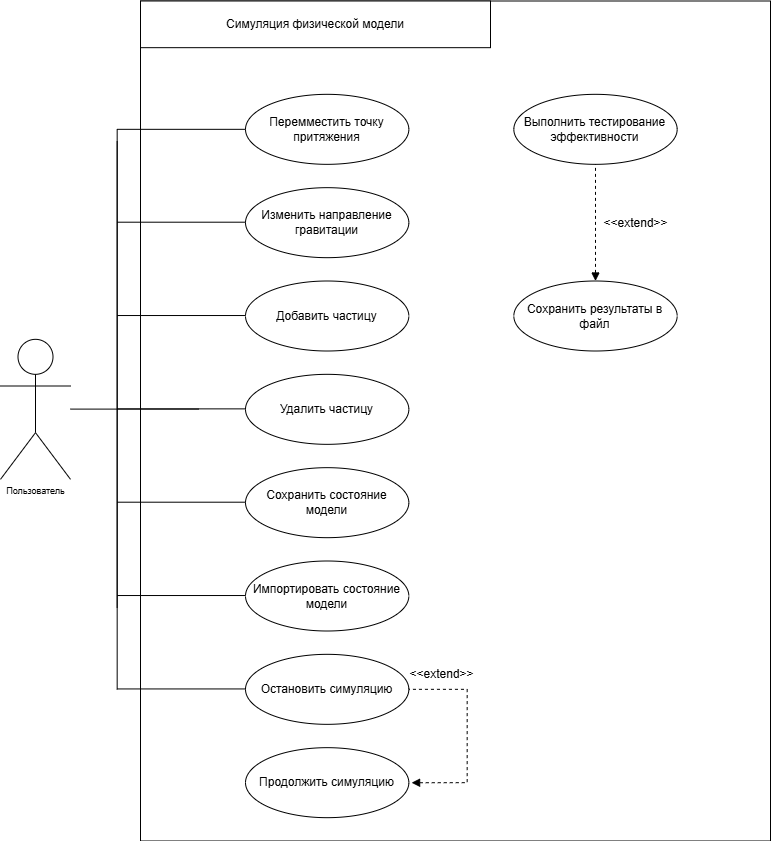
molo4kaPlus/particle_benchmark keeps this draw.io diagram as docs/диаграмма использования.drawio.png. Above is the earlier version. Source tidied: cells renumbered, new cells last; positions are measured from the earlier drawing's top-left corner, leaving out a move shared by most shapes.
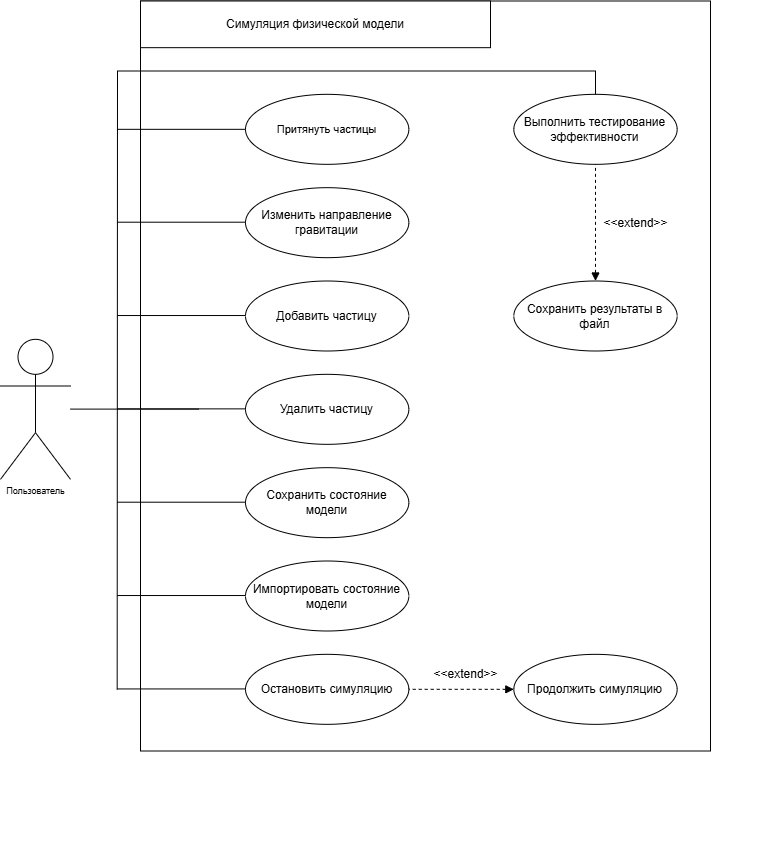
Above is the later version.

Change to the diagram source:
```diff
@@ -9,12 +9,12 @@
       <mxGeometry y="338.3" width="70" height="140" as="geometry" />
     </mxCell>
     <mxCell id="4" style="rounded=0;whiteSpace=wrap;html=1;" parent="2" vertex="1">
-      <mxGeometry x="140" width="630" height="840" as="geometry" />
+      <mxGeometry x="140" width="570" height="750" as="geometry" />
     </mxCell>
     <mxCell id="5" value="Симуляция физической модели" style="rounded=0;whiteSpace=wrap;html=1;fontSize=12;" parent="2" vertex="1">
       <mxGeometry x="140" width="350" height="46.7" as="geometry" />
     </mxCell>
-    <mxCell id="6" value="Перемместить точку притяжения" style="ellipse;whiteSpace=wrap;html=1;fontSize=12;" parent="2" vertex="1">
+    <mxCell id="6" value="&lt;span style=&quot;font-weight: normal; font-style: normal;&quot;&gt;Притянуть частицы&lt;/span&gt;" style="ellipse;whiteSpace=wrap;html=1;fontSize=11;fontStyle=3;" parent="2" vertex="1">
       <mxGeometry x="245" y="93.3" width="163.3" height="70" as="geometry" />
     </mxCell>
     <mxCell id="7" value="Изменить направление гравитации" style="ellipse;whiteSpace=wrap;html=1;fontSize=12;" parent="2" vertex="1">
@@ -32,12 +32,6 @@
     <mxCell id="11" value="Импортировать состояние модели" style="ellipse;whiteSpace=wrap;html=1;fontSize=12;" parent="2" vertex="1">
       <mxGeometry x="245" y="560" width="163.3" height="70" as="geometry" />
     </mxCell>
-    <mxCell id="12" style="endArrow=none;html=1;rounded=0;" parent="2" edge="1">
-      <mxGeometry relative="1" as="geometry">
-        <mxPoint x="116.7" y="606.7" as="sourcePoint" />
-        <mxPoint x="116.7" y="140" as="targetPoint" />
-      </mxGeometry>
-    </mxCell>
     <mxCell id="13" style="endArrow=none;html=1;rounded=0;exitX=0;exitY=0.5;exitDx=0;exitDy=0;" parent="2" edge="1" source="6">
       <mxGeometry relative="1" as="geometry">
         <mxPoint x="116.7" y="128.3" as="targetPoint" />
@@ -46,7 +40,7 @@
     <mxCell id="14" style="endArrow=none;html=1;rounded=0;" parent="2" edge="1">
       <mxGeometry relative="1" as="geometry">
         <mxPoint x="116.7" y="688.3" as="sourcePoint" />
-        <mxPoint x="116.7" y="128.3" as="targetPoint" />
+        <mxPoint x="117" y="70" as="targetPoint" />
       </mxGeometry>
     </mxCell>
     <mxCell id="15" style="endArrow=none;html=1;rounded=0;exitX=0;exitY=0.5;exitDx=0;exitDy=0;" parent="2" edge="1">
@@ -83,7 +77,7 @@
       <mxGeometry x="245" y="653.3" width="163.3" height="70" as="geometry" />
     </mxCell>
     <mxCell id="21" value="Продолжить симуляцию" style="ellipse;whiteSpace=wrap;html=1;fontSize=12;" parent="2" vertex="1">
-      <mxGeometry x="245" y="746.7" width="163.3" height="70" as="geometry" />
+      <mxGeometry x="513.3" y="653.3" width="163.3" height="70" as="geometry" />
     </mxCell>
     <mxCell id="22" style="endArrow=none;html=1;rounded=0;exitX=0;exitY=0.5;exitDx=0;exitDy=0;" parent="2" edge="1">
       <mxGeometry relative="1" as="geometry">
@@ -91,16 +85,15 @@
         <mxPoint x="116.7" y="687.9" as="targetPoint" />
       </mxGeometry>
     </mxCell>
-    <mxCell id="23" style="endArrow=none;dashed=1;html=1;rounded=0;entryX=1;entryY=0.5;entryDx=0;entryDy=0;exitX=1.017;exitY=0.501;exitDx=0;exitDy=0;exitPerimeter=0;startArrow=block;startFill=1;" parent="2" edge="1" source="21" target="20">
+    <mxCell id="23" style="endArrow=none;dashed=1;html=1;rounded=0;entryX=1;entryY=0.5;entryDx=0;entryDy=0;exitX=0;exitY=0.5;exitDx=0;exitDy=0;startArrow=block;startFill=1;" parent="2" edge="1" source="21" target="20">
       <mxGeometry relative="1" as="geometry">
         <Array as="points">
-          <mxPoint x="466.7" y="781.7" />
           <mxPoint x="466.7" y="688.3" />
         </Array>
       </mxGeometry>
     </mxCell>
     <mxCell id="24" value="&amp;lt;&amp;lt;extend&amp;gt;&amp;gt;" style="text;html=1;align=center;verticalAlign=middle;strokeColor=none;fillColor=none;fontSize=12;" parent="2" vertex="1">
-      <mxGeometry x="396.3" y="658.7" width="90" height="30" as="geometry" />
+      <mxGeometry x="420" y="658.7" width="90" height="30" as="geometry" />
     </mxCell>
     <mxCell id="25" value="Выполнить тестирование эффективности" style="ellipse;whiteSpace=wrap;html=1;fontSize=12;" parent="2" vertex="1">
       <mxGeometry x="513.3" y="93.3" width="163.3" height="70" as="geometry" />
@@ -124,5 +117,13 @@
     <mxCell id="29" value="&amp;lt;&amp;lt;extend&amp;gt;&amp;gt;" style="text;html=1;align=center;verticalAlign=middle;strokeColor=none;fillColor=none;fontSize=12;" parent="2" vertex="1">
       <mxGeometry x="589.7" y="207.2" width="90" height="30" as="geometry" />
     </mxCell>
+    <mxCell id="30" style="endArrow=none;html=1;rounded=0;exitX=0.5;exitY=0;exitDx=0;exitDy=0;" parent="2" edge="1" source="25">
+      <mxGeometry relative="1" as="geometry">
+        <mxPoint x="117" y="70" as="targetPoint" />
+        <Array as="points">
+          <mxPoint x="595" y="70" />
+        </Array>
+      </mxGeometry>
+    </mxCell>
   </root>
 </mxGraphModel>
```
